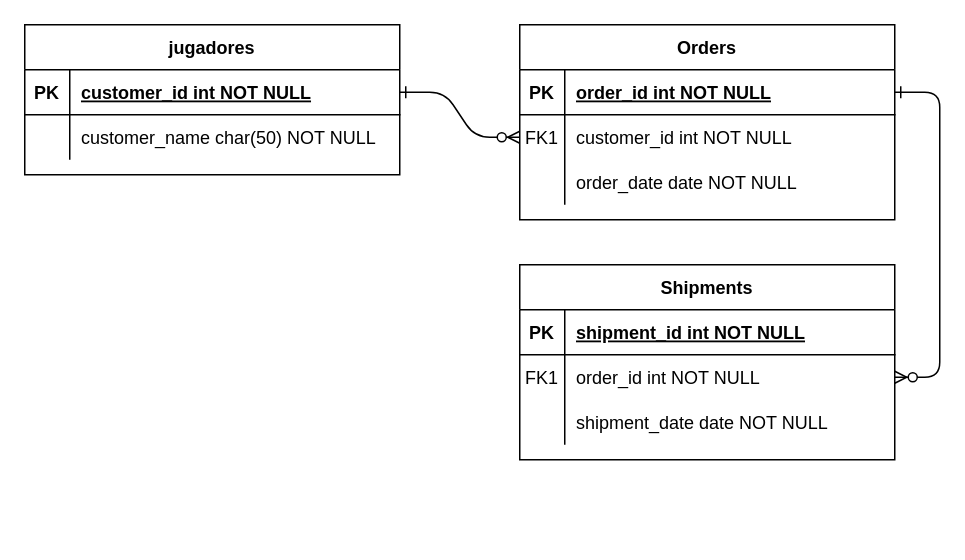
This is diagrama/diagrama-entidad-relacion-futbol.drawio from jesusbryan99/futbol, a draw.io file, before an edit. Source tidied: cells renumbered, new cells numbered last; positions are measured from the earlier drawing's top-left corner, leaving out a move shared by most shapes. Both pictures are drawn from the tidied source at 150%, with x=0, y=0 at pixel (24, 24).
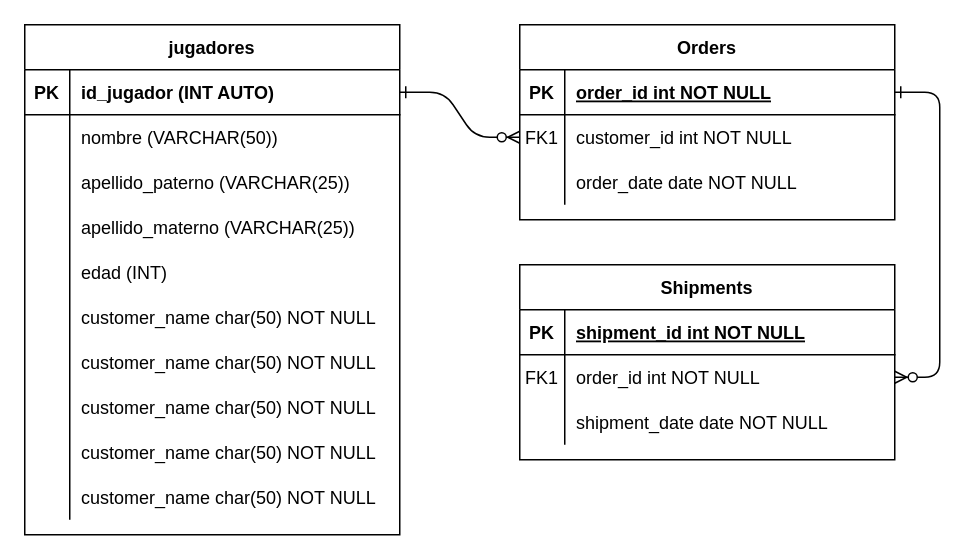
The same page after the edit.

Commit message (it also covers changes not shown here):
hot-fix_se-añade-fecha-jugador

Unchanged cells that the change refers to:
```xml
<mxCell id="25" style="shape=partialRectangle;fillColor=none;points=[[0,0.5],[1,0.5]];portConstraint=eastwest;top=0;left=0;right=0;bottom=1;" parent="24" vertex="1">
  <mxGeometry y="30" width="250" height="30" as="geometry" />
</mxCell>
<mxCell id="28" style="shape=partialRectangle;fillColor=none;top=0;left=0;right=0;bottom=0;" parent="24" vertex="1">
  <mxGeometry y="60" width="250" height="30" as="geometry" />
</mxCell>
```

Change to the diagram source:
```diff
@@
     <mxCell id="24" value="jugadores" style="shape=table;startSize=30;childLayout=tableLayout;rowLines=0;fontStyle=1;align=center;" parent="1" vertex="1">
-      <mxGeometry width="250" height="100" as="geometry" />
+      <mxGeometry width="250" height="340" as="geometry" />
     </mxCell>
@@
-    <mxCell id="27" value="customer_id int NOT NULL " style="shape=partialRectangle;overflow=hidden;fillColor=none;top=0;left=0;bottom=0;right=0;align=left;spacingLeft=6;fontStyle=5;" parent="25" vertex="1">
+    <mxCell id="27" value="id_jugador (INT AUTO)" style="shape=partialRectangle;overflow=hidden;fillColor=none;top=0;left=0;bottom=0;right=0;align=left;spacingLeft=6;fontStyle=1;" parent="25" vertex="1">
       <mxGeometry x="30" width="220" height="30" as="geometry" />
     </mxCell>
@@
-    <mxCell id="30" value="customer_name char(50) NOT NULL" style="shape=partialRectangle;overflow=hidden;fillColor=none;top=0;left=0;bottom=0;right=0;align=left;spacingLeft=6;" parent="28" vertex="1">
+    <mxCell id="30" value="nombre (VARCHAR(50))" style="shape=partialRectangle;overflow=hidden;fillColor=none;top=0;left=0;bottom=0;right=0;align=left;spacingLeft=6;" parent="28" vertex="1">
       <mxGeometry x="30" width="220" height="30" as="geometry" />
     </mxCell>
+    <mxCell id="31" style="shape=partialRectangle;fillColor=none;top=0;left=0;right=0;bottom=0;" parent="24" vertex="1">
+      <mxGeometry y="90" width="250" height="30" as="geometry" />
+    </mxCell>
+    <mxCell id="32" style="shape=partialRectangle;overflow=hidden;fillColor=none;top=0;left=0;bottom=0;right=0;" parent="31" vertex="1">
+      <mxGeometry width="30" height="30" as="geometry" />
+    </mxCell>
+    <mxCell id="33" value="apellido_paterno (VARCHAR(25))" style="shape=partialRectangle;overflow=hidden;fillColor=none;top=0;left=0;bottom=0;right=0;align=left;spacingLeft=6;" parent="31" vertex="1">
+      <mxGeometry x="30" width="220" height="30" as="geometry" />
+    </mxCell>
+    <mxCell id="34" style="shape=partialRectangle;fillColor=none;top=0;left=0;right=0;bottom=0;" parent="24" vertex="1">
+      <mxGeometry y="120" width="250" height="30" as="geometry" />
+    </mxCell>
+    <mxCell id="35" style="shape=partialRectangle;overflow=hidden;fillColor=none;top=0;left=0;bottom=0;right=0;" parent="34" vertex="1">
+      <mxGeometry width="30" height="30" as="geometry" />
+    </mxCell>
+    <mxCell id="36" value="apellido_materno (VARCHAR(25))" style="shape=partialRectangle;overflow=hidden;fillColor=none;top=0;left=0;bottom=0;right=0;align=left;spacingLeft=6;" parent="34" vertex="1">
+      <mxGeometry x="30" width="220" height="30" as="geometry" />
+    </mxCell>
+    <mxCell id="37" style="shape=partialRectangle;fillColor=none;top=0;left=0;right=0;bottom=0;" parent="24" vertex="1">
+      <mxGeometry y="150" width="250" height="30" as="geometry" />
+    </mxCell>
+    <mxCell id="38" style="shape=partialRectangle;overflow=hidden;fillColor=none;top=0;left=0;bottom=0;right=0;" parent="37" vertex="1">
+      <mxGeometry width="30" height="30" as="geometry" />
+    </mxCell>
+    <mxCell id="39" value="edad (INT)" style="shape=partialRectangle;overflow=hidden;fillColor=none;top=0;left=0;bottom=0;right=0;align=left;spacingLeft=6;" parent="37" vertex="1">
+      <mxGeometry x="30" width="220" height="30" as="geometry" />
+    </mxCell>
+    <mxCell id="40" style="shape=partialRectangle;fillColor=none;top=0;left=0;right=0;bottom=0;" parent="24" vertex="1">
+      <mxGeometry y="180" width="250" height="30" as="geometry" />
+    </mxCell>
+    <mxCell id="41" style="shape=partialRectangle;overflow=hidden;fillColor=none;top=0;left=0;bottom=0;right=0;" parent="40" vertex="1">
+      <mxGeometry width="30" height="30" as="geometry" />
+    </mxCell>
+    <mxCell id="42" value="customer_name char(50) NOT NULL" style="shape=partialRectangle;overflow=hidden;fillColor=none;top=0;left=0;bottom=0;right=0;align=left;spacingLeft=6;" parent="40" vertex="1">
+      <mxGeometry x="30" width="220" height="30" as="geometry" />
+    </mxCell>
+    <mxCell id="43" style="shape=partialRectangle;fillColor=none;top=0;left=0;right=0;bottom=0;" parent="24" vertex="1">
+      <mxGeometry y="210" width="250" height="30" as="geometry" />
+    </mxCell>
+    <mxCell id="44" style="shape=partialRectangle;overflow=hidden;fillColor=none;top=0;left=0;bottom=0;right=0;" parent="43" vertex="1">
+      <mxGeometry width="30" height="30" as="geometry" />
+    </mxCell>
+    <mxCell id="45" value="customer_name char(50) NOT NULL" style="shape=partialRectangle;overflow=hidden;fillColor=none;top=0;left=0;bottom=0;right=0;align=left;spacingLeft=6;" parent="43" vertex="1">
+      <mxGeometry x="30" width="220" height="30" as="geometry" />
+    </mxCell>
+    <mxCell id="46" style="shape=partialRectangle;fillColor=none;top=0;left=0;right=0;bottom=0;" parent="24" vertex="1">
+      <mxGeometry y="240" width="250" height="30" as="geometry" />
+    </mxCell>
+    <mxCell id="47" style="shape=partialRectangle;overflow=hidden;fillColor=none;top=0;left=0;bottom=0;right=0;" parent="46" vertex="1">
+      <mxGeometry width="30" height="30" as="geometry" />
+    </mxCell>
+    <mxCell id="48" value="customer_name char(50) NOT NULL" style="shape=partialRectangle;overflow=hidden;fillColor=none;top=0;left=0;bottom=0;right=0;align=left;spacingLeft=6;" parent="46" vertex="1">
+      <mxGeometry x="30" width="220" height="30" as="geometry" />
+    </mxCell>
+    <mxCell id="49" style="shape=partialRectangle;fillColor=none;top=0;left=0;right=0;bottom=0;" parent="24" vertex="1">
+      <mxGeometry y="270" width="250" height="30" as="geometry" />
+    </mxCell>
+    <mxCell id="50" style="shape=partialRectangle;overflow=hidden;fillColor=none;top=0;left=0;bottom=0;right=0;" parent="49" vertex="1">
+      <mxGeometry width="30" height="30" as="geometry" />
+    </mxCell>
+    <mxCell id="51" value="customer_name char(50) NOT NULL" style="shape=partialRectangle;overflow=hidden;fillColor=none;top=0;left=0;bottom=0;right=0;align=left;spacingLeft=6;" parent="49" vertex="1">
+      <mxGeometry x="30" width="220" height="30" as="geometry" />
+    </mxCell>
+    <mxCell id="52" style="shape=partialRectangle;fillColor=none;top=0;left=0;right=0;bottom=0;" parent="24" vertex="1">
+      <mxGeometry y="300" width="250" height="30" as="geometry" />
+    </mxCell>
+    <mxCell id="53" style="shape=partialRectangle;overflow=hidden;fillColor=none;top=0;left=0;bottom=0;right=0;" parent="52" vertex="1">
+      <mxGeometry width="30" height="30" as="geometry" />
+    </mxCell>
+    <mxCell id="54" value="customer_name char(50) NOT NULL" style="shape=partialRectangle;overflow=hidden;fillColor=none;top=0;left=0;bottom=0;right=0;align=left;spacingLeft=6;" parent="52" vertex="1">
+      <mxGeometry x="30" width="220" height="30" as="geometry" />
+    </mxCell>
```
